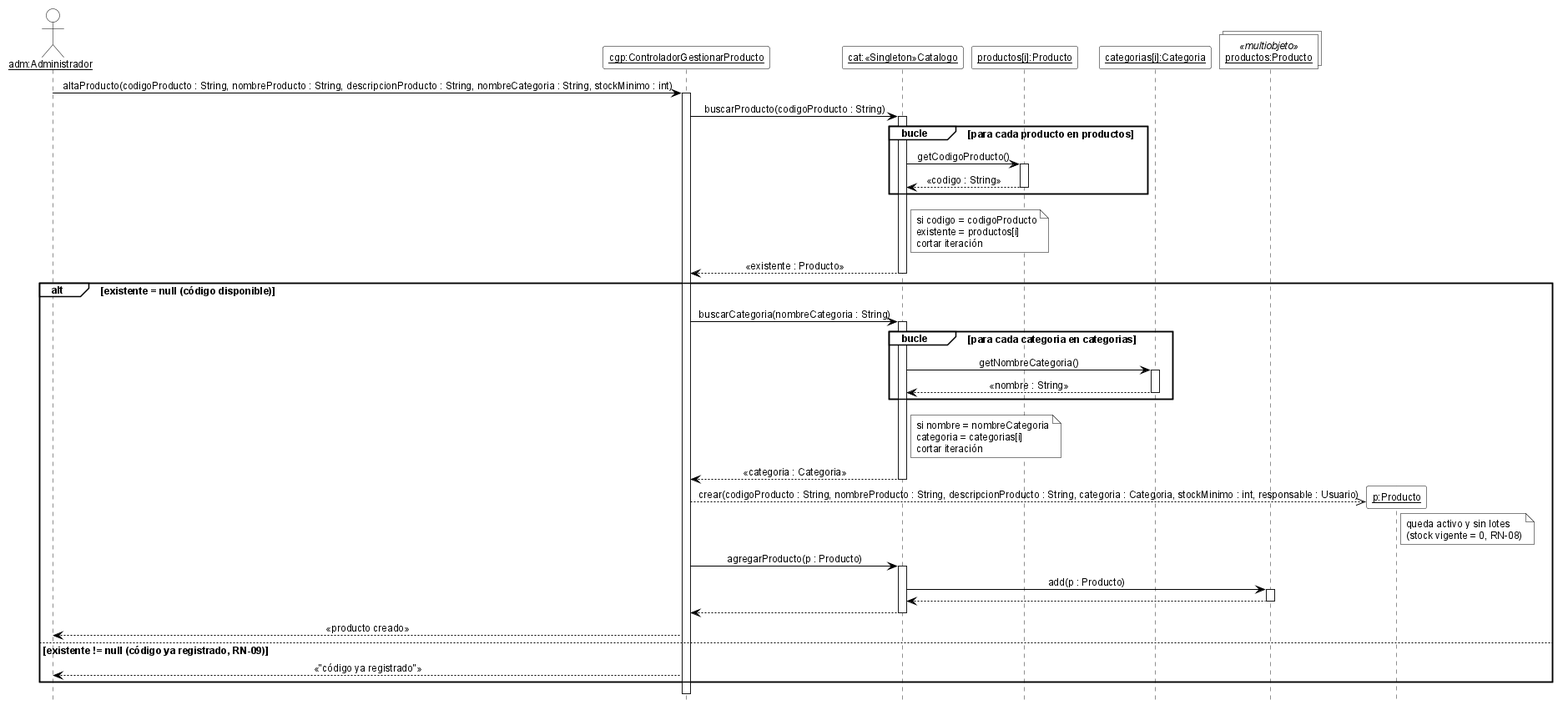
Above: 08-Diagrama De Secuencia/DSD_CU-04_altaProducto.png in cirotop/Stock-Project (PlantUML), before the change.
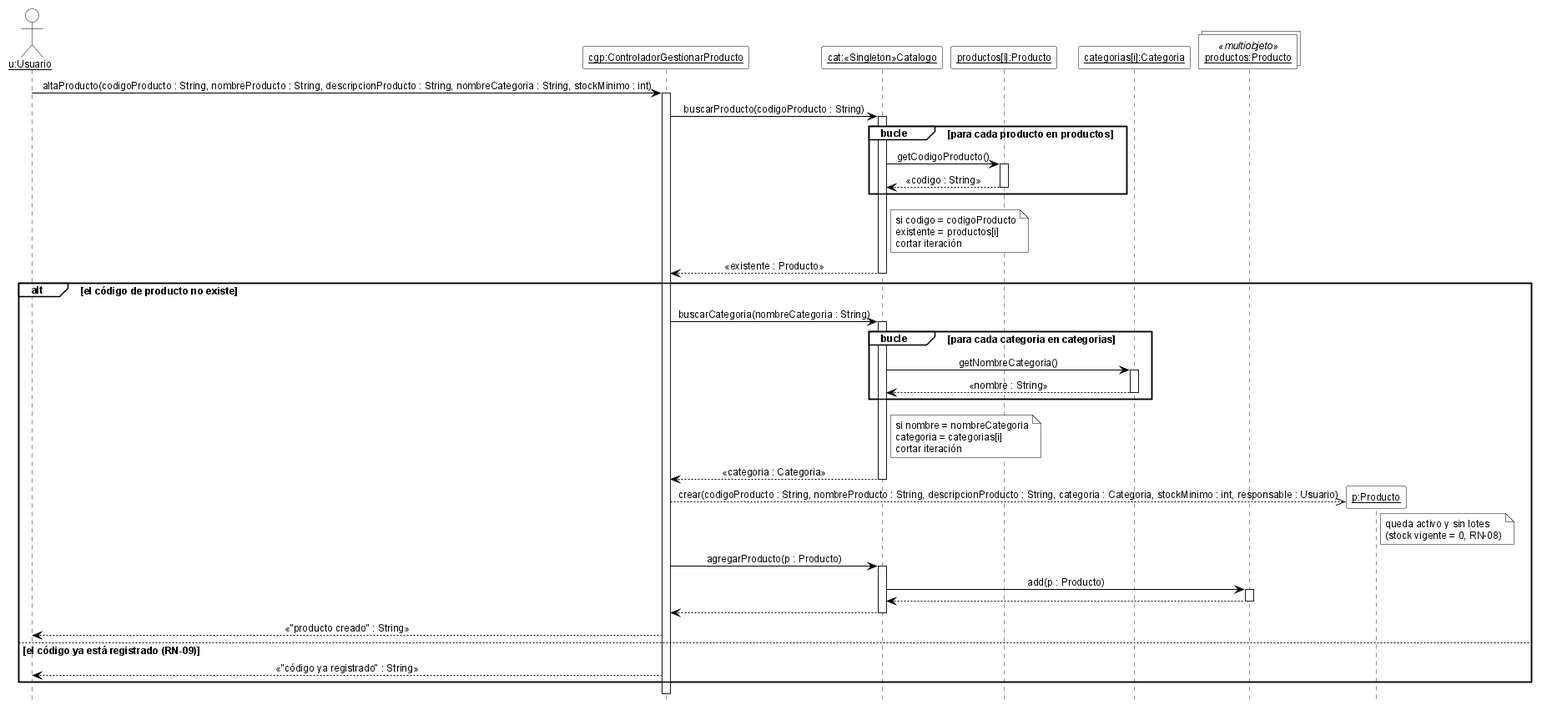
The same file after the commit.

Change to the diagram source:
```diff
@@ -19,14 +19,14 @@
 skinparam NoteBackgroundColor white
 skinparam NoteBorderColor black
 
-actor "<u>adm:Administrador</u>" as adm
+actor "<u>u:Usuario</u>" as u
 participant "<u>cgp:ControladorGestionarProducto</u>" as cgp
 participant "<u>cat:«Singleton»Catalogo</u>" as cat
 participant "<u>productos[i]:Producto</u>" as pi
-participant "<u>categorias[i]:Categoria</u>" as ci
+participant "<u>categorias[i]:Categoria</u>" as ki
 collections "<u>productos:Producto</u>" as mp <<multiobjeto>>
 
-adm -> cgp ++ : altaProducto(codigoProducto : String, nombreProducto : String, descripcionProducto : String, nombreCategoria : String, stockMinimo : int)
+u -> cgp ++ : altaProducto(codigoProducto : String, nombreProducto : String, descripcionProducto : String, nombreCategoria : String, stockMinimo : int)
 cgp -> cat ++ : buscarProducto(codigoProducto : String)
 group bucle [para cada producto en productos]
   cat -> pi ++ : getCodigoProducto()
@@ -38,11 +38,11 @@
   cortar iteración
 end note
 cat --> cgp -- : «existente : Producto»
-alt existente = null (código disponible)
+alt el código de producto no existe
   cgp -> cat ++ : buscarCategoria(nombreCategoria : String)
   group bucle [para cada categoria en categorias]
-    cat -> ci ++ : getNombreCategoria()
-    ci --> cat -- : «nombre : String»
+    cat -> ki ++ : getNombreCategoria()
+    ki --> cat -- : «nombre : String»
   end
   note right of cat
     si nombre = nombreCategoria
@@ -57,9 +57,9 @@
   cat -> mp ++ : add(p : Producto)
   mp --> cat --
   cat --> cgp --
-  cgp --> adm : «producto creado»
-else existente != null (código ya registrado, RN-09)
-  cgp --> adm : «"código ya registrado"»
+  cgp --> u : «"producto creado" : String»
+else el código ya está registrado (RN-09)
+  cgp --> u : «"código ya registrado" : String»
 end
 deactivate cgp
 
```
